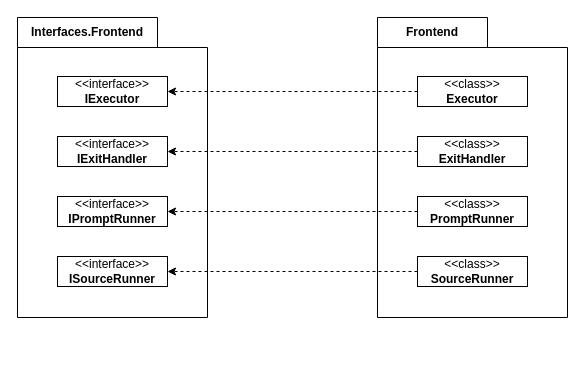
Above: cslox/doc/uml-package-diagram.drawio in sradms0/lox (draw.io), before the change. Source tidied: cells renumbered, new cells numbered last; positions are measured from the earlier drawing's top-left corner, leaving out a move shared by most shapes. Both pictures are drawn from the tidied source at 100%, with x=0, y=0 at pixel (17, 17).
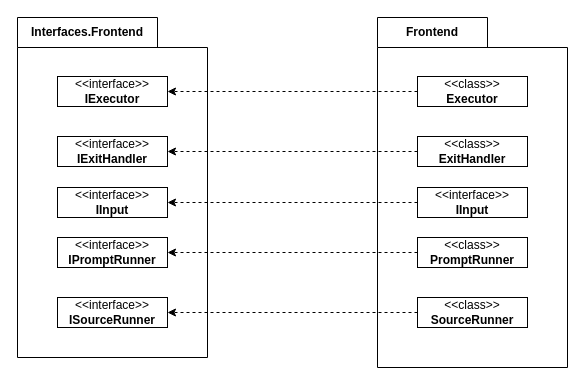
The same page after the edit.

The edit, as a diff of the source:
```diff
@@
 <mxGraphModel>
   <root>
     <mxCell id="0" />
     <mxCell id="1" parent="0" />
     <mxCell id="2" value="Interfaces.Frontend" style="shape=folder;fontStyle=1;tabWidth=140;tabHeight=30;tabPosition=left;html=1;boundedLbl=1;labelInHeader=1;whiteSpace=wrap;" parent="1" vertex="1">
-      <mxGeometry width="190" height="300" as="geometry" />
+      <mxGeometry width="190" height="340" as="geometry" />
     </mxCell>
     <mxCell id="3" value="&lt;div&gt;&amp;lt;&amp;lt;interface&amp;gt;&amp;gt;&lt;/div&gt;&lt;b&gt;IExecutor&lt;/b&gt;" style="html=1;whiteSpace=wrap;" parent="2" vertex="1">
       <mxGeometry x="40" y="59" width="110" height="30" as="geometry" />
     </mxCell>
     <mxCell id="4" value="&lt;div&gt;&amp;lt;&amp;lt;interface&amp;gt;&amp;gt;&lt;/div&gt;&lt;b&gt;IExitHandler&lt;/b&gt;" style="html=1;whiteSpace=wrap;" parent="2" vertex="1">
       <mxGeometry x="40" y="119" width="110" height="30" as="geometry" />
     </mxCell>
     <mxCell id="5" value="&lt;div&gt;&amp;lt;&amp;lt;interface&amp;gt;&amp;gt;&lt;/div&gt;&lt;b&gt;IPromptRunner&lt;/b&gt;" style="html=1;whiteSpace=wrap;" parent="2" vertex="1">
-      <mxGeometry x="40" y="179" width="110" height="30" as="geometry" />
+      <mxGeometry x="40" y="220" width="110" height="30" as="geometry" />
     </mxCell>
     <mxCell id="6" value="&lt;div&gt;&amp;lt;&amp;lt;interface&amp;gt;&amp;gt;&lt;/div&gt;&lt;b&gt;ISourceRunner&lt;/b&gt;" style="html=1;whiteSpace=wrap;" parent="2" vertex="1">
-      <mxGeometry x="40" y="239" width="110" height="30" as="geometry" />
+      <mxGeometry x="40" y="280" width="110" height="30" as="geometry" />
     </mxCell>
+    <mxCell id="16" value="&lt;div&gt;&amp;lt;&amp;lt;interface&amp;gt;&amp;gt;&lt;/div&gt;&lt;b&gt;IInput&lt;/b&gt;" style="html=1;whiteSpace=wrap;" parent="2" vertex="1">
+      <mxGeometry x="40" y="170" width="110" height="30" as="geometry" />
+    </mxCell>
     <mxCell id="7" value="Frontend" style="shape=folder;fontStyle=1;tabWidth=110;tabHeight=30;tabPosition=left;html=1;boundedLbl=1;labelInHeader=1;whiteSpace=wrap;" parent="1" vertex="1">
-      <mxGeometry x="360" width="190" height="300" as="geometry" />
+      <mxGeometry x="360" width="190" height="350" as="geometry" />
     </mxCell>
     <mxCell id="8" value="&lt;div&gt;&lt;span style=&quot;background-color: transparent; color: light-dark(rgb(0, 0, 0), rgb(255, 255, 255));&quot;&gt;&amp;lt;&amp;lt;class&amp;gt;&amp;gt;&lt;/span&gt;&lt;/div&gt;&lt;div&gt;&lt;b style=&quot;background-color: transparent; color: light-dark(rgb(0, 0, 0), rgb(255, 255, 255));&quot;&gt;Executor&lt;/b&gt;&lt;/div&gt;" style="html=1;whiteSpace=wrap;" parent="7" vertex="1">
       <mxGeometry x="40" y="59" width="110" height="30" as="geometry" />
     </mxCell>
     <mxCell id="9" value="&lt;div&gt;&amp;lt;&amp;lt;class&amp;gt;&amp;gt;&lt;/div&gt;&lt;b&gt;ExitHandler&lt;/b&gt;" style="html=1;whiteSpace=wrap;" parent="7" vertex="1">
       <mxGeometry x="40" y="119" width="110" height="30" as="geometry" />
     </mxCell>
     <mxCell id="10" value="&lt;div&gt;&amp;lt;&amp;lt;class&amp;gt;&amp;gt;&lt;/div&gt;&lt;b&gt;PromptRunner&lt;/b&gt;" style="html=1;whiteSpace=wrap;" parent="7" vertex="1">
-      <mxGeometry x="40" y="179" width="110" height="30" as="geometry" />
+      <mxGeometry x="40" y="220" width="110" height="30" as="geometry" />
     </mxCell>
     <mxCell id="11" value="&lt;div&gt;&amp;lt;&amp;lt;class&amp;gt;&amp;gt;&lt;/div&gt;&lt;b&gt;SourceRunner&lt;/b&gt;" style="html=1;whiteSpace=wrap;" parent="7" vertex="1">
-      <mxGeometry x="40" y="239" width="110" height="30" as="geometry" />
+      <mxGeometry x="40" y="280" width="110" height="30" as="geometry" />
     </mxCell>
+    <mxCell id="17" value="&lt;div&gt;&amp;lt;&amp;lt;interface&amp;gt;&amp;gt;&lt;/div&gt;&lt;b&gt;IInput&lt;/b&gt;" style="html=1;whiteSpace=wrap;" parent="7" vertex="1">
+      <mxGeometry x="40" y="170" width="110" height="30" as="geometry" />
+    </mxCell>
     <mxCell id="12" style="edgeStyle=orthogonalEdgeStyle;rounded=0;jettySize=auto;html=1;dashed=1;" parent="1" edge="1" source="8" target="3">
       <mxGeometry relative="1" as="geometry" />
     </mxCell>
     <mxCell id="13" style="edgeStyle=orthogonalEdgeStyle;shape=connector;rounded=0;jettySize=auto;html=1;dashed=1;strokeColor=default;align=center;verticalAlign=middle;fontFamily=Helvetica;fontSize=11;fontColor=default;labelBackgroundColor=default;endArrow=classic;" parent="1" edge="1" source="9" target="4">
       <mxGeometry relative="1" as="geometry" />
     </mxCell>
     <mxCell id="14" style="edgeStyle=orthogonalEdgeStyle;shape=connector;rounded=0;jettySize=auto;html=1;dashed=1;strokeColor=default;align=center;verticalAlign=middle;fontFamily=Helvetica;fontSize=11;fontColor=default;labelBackgroundColor=default;endArrow=classic;" parent="1" edge="1" source="10" target="5">
       <mxGeometry relative="1" as="geometry" />
     </mxCell>
     <mxCell id="15" style="edgeStyle=orthogonalEdgeStyle;shape=connector;rounded=0;jettySize=auto;html=1;dashed=1;strokeColor=default;align=center;verticalAlign=middle;fontFamily=Helvetica;fontSize=11;fontColor=default;labelBackgroundColor=default;endArrow=classic;" parent="1" edge="1" source="11" target="6">
       <mxGeometry relative="1" as="geometry" />
     </mxCell>
+    <mxCell id="18" style="edgeStyle=orthogonalEdgeStyle;shape=connector;rounded=0;jettySize=auto;html=1;dashed=1;strokeColor=default;align=center;verticalAlign=middle;fontFamily=Helvetica;fontSize=11;fontColor=default;labelBackgroundColor=default;endArrow=classic;" parent="1" edge="1" source="17" target="16">
+      <mxGeometry relative="1" as="geometry" />
+    </mxCell>
   </root>
 </mxGraphModel>
```
